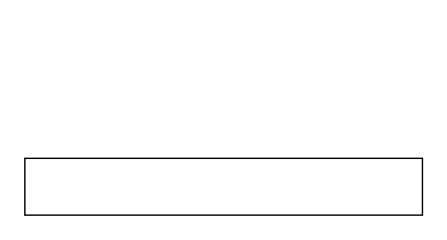
Before: Untitled Diagram.drawio in usha250681/hello-world, a draw.io diagram. Source tidied: cells renumbered, new cells numbered last; positions are measured from the earlier drawing's top-left corner, leaving out a move shared by most shapes. Both pictures are drawn from the tidied source at 142%, with x=0, y=0 at pixel (24, 158).
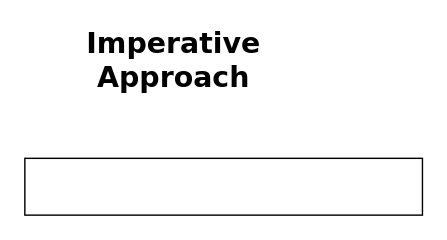
The same diagram, later.

What changed in the source:
```diff
@@
 <mxGraphModel>
   <root>
     <mxCell id="0" />
     <mxCell id="1" parent="0" />
     <mxCell id="2" style="rounded=0;whiteSpace=wrap;html=1;fontFamily=Verdana;" parent="1" vertex="1">
       <mxGeometry width="280" height="40" as="geometry" />
     </mxCell>
+    <mxCell id="3" value="Imperative Approach" style="text;html=1;strokeColor=none;fillColor=none;align=center;verticalAlign=middle;whiteSpace=wrap;rounded=0;fontFamily=Verdana;fontStyle=1;fontSize=20;" parent="1" vertex="1">
+      <mxGeometry x="70" y="-80" width="70" height="20" as="geometry" />
+    </mxCell>
   </root>
 </mxGraphModel>
```
